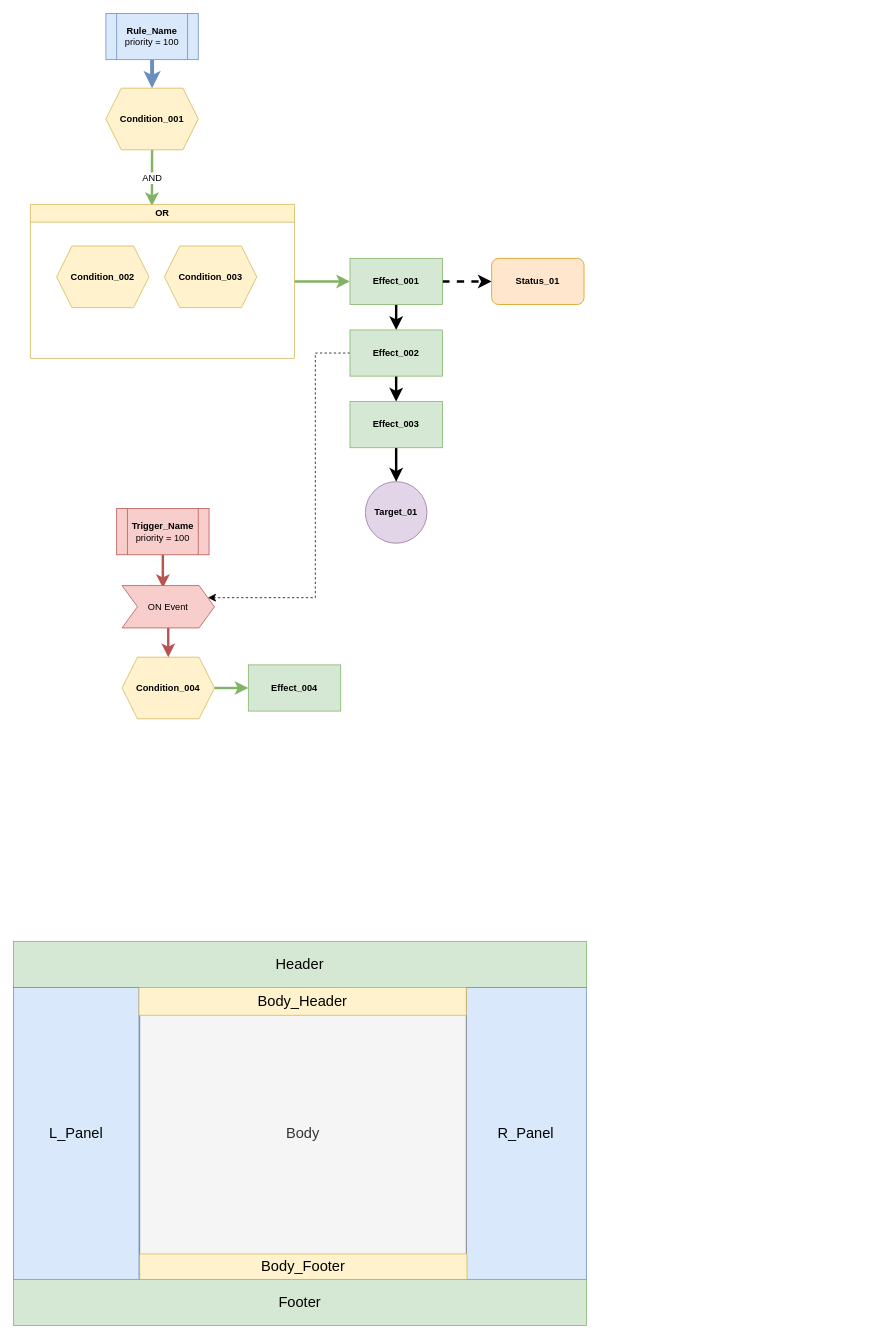
LucaGLT/game_lib keeps this draw.io diagram as gmRules/Rules_diagram.drawio. Above is the earlier version. Source tidied: cells renumbered, new cells numbered last; positions are measured from the earlier drawing's top-left corner, leaving out a move shared by most shapes. Both pictures are drawn from the tidied source at 77%, with x=0, y=0 at pixel (13, 13).
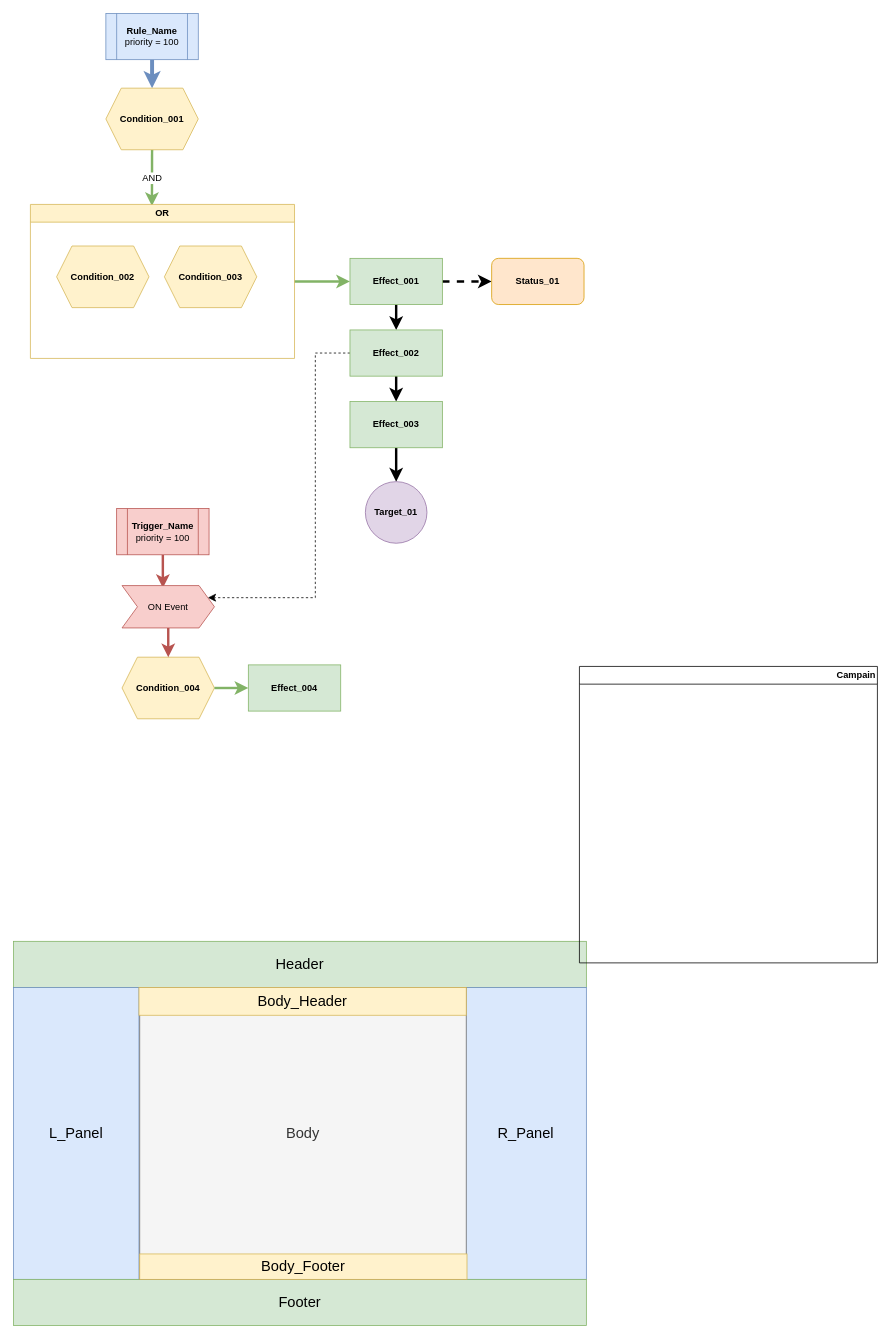
The same diagram, later.

Diff of the diagram source:
```diff
@@
+    <mxCell id="34" value="Campain" style="swimlane;whiteSpace=wrap;html=1;align=right;" parent="1" vertex="1">
+      <mxGeometry x="735" y="848" width="387" height="385" as="geometry" />
+    </mxCell>
```
